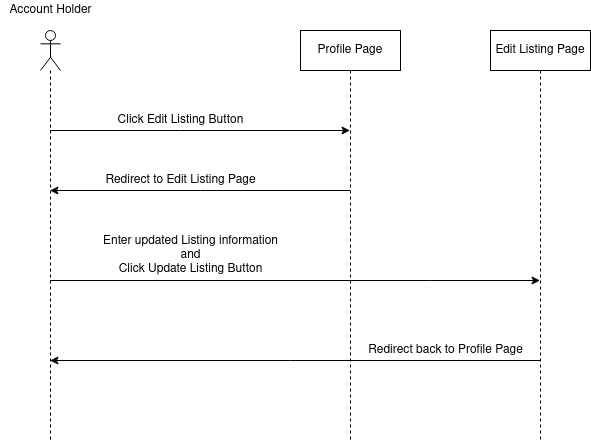
Above: docs/Use Case Diagrams/Edit_Listing.png in JackValladares/ApartmentApplication (draw.io), before the change. Source tidied: cells renumbered, new cells last; positions are measured from the earlier drawing's top-left corner, leaving out a move shared by most shapes.
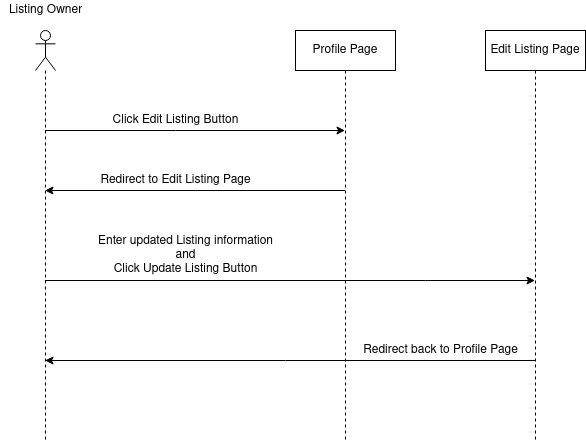
After the commit.

Commit message:
Fixed Actor Description

Change to the diagram source:
```diff
@@ -32,8 +32,8 @@
     <mxCell id="6" value="Profile Page" style="shape=umlLifeline;perimeter=lifelinePerimeter;whiteSpace=wrap;html=1;outlineConnect=0;" parent="1" vertex="1">
       <mxGeometry x="300" y="30" width="100" height="410" as="geometry" />
     </mxCell>
-    <mxCell id="7" value="Account Holder" style="text;html=1;align=center;verticalAlign=middle;fillColor=none;strokeColor=none;rounded=0;" parent="1" vertex="1">
-      <mxGeometry width="100" height="20" as="geometry" />
+    <mxCell id="7" value="Listing Owner" style="text;html=1;align=center;verticalAlign=middle;fillColor=none;strokeColor=none;rounded=0;" parent="1" vertex="1">
+      <mxGeometry x="5" width="90" height="20" as="geometry" />
     </mxCell>
     <mxCell id="8" value="&lt;div&gt;Click Edit Listing Button&lt;/div&gt;" style="text;html=1;align=center;verticalAlign=middle;fillColor=none;strokeColor=none;rounded=0;" parent="1" vertex="1">
       <mxGeometry x="110" y="110" width="140" height="20" as="geometry" />
```
